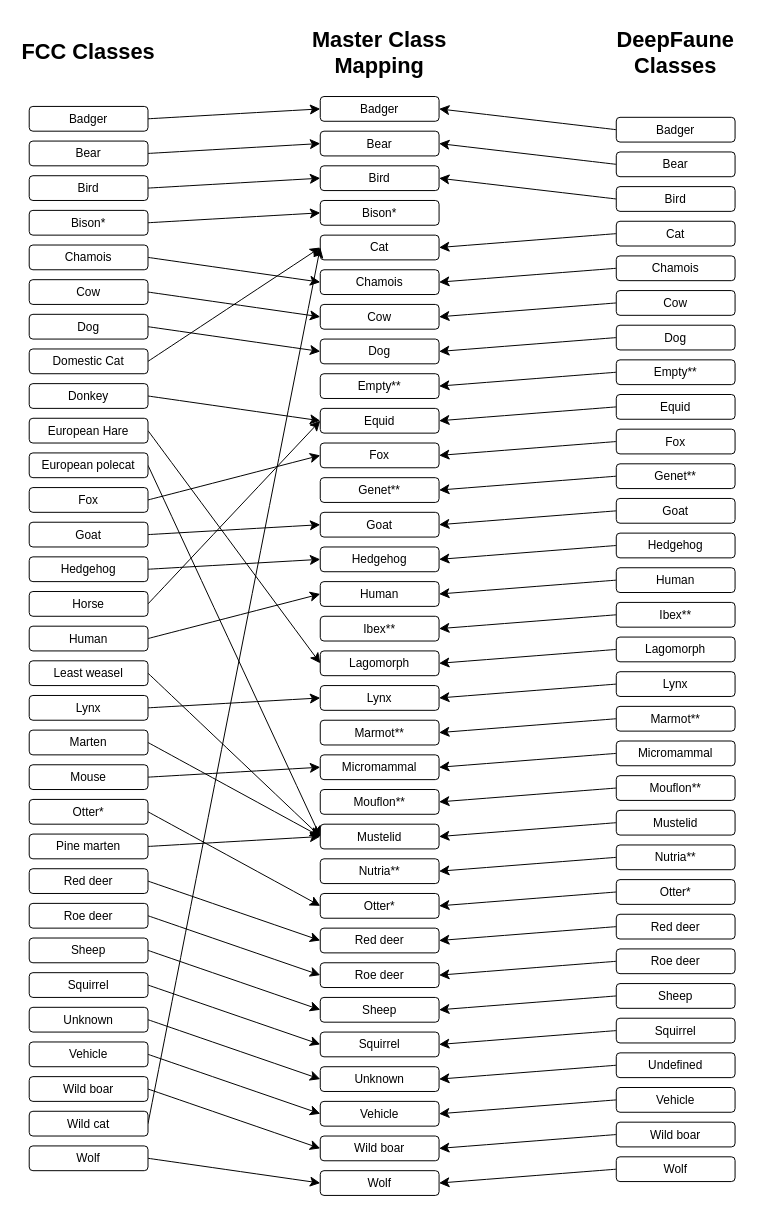
Earlier version of the draw.io diagram assets/class_match.drawio (ratsakatika/camera-traps). Source tidied: cells renumbered, new cells numbered last; positions are measured from the earlier drawing's top-left corner, leaving out a move shared by most shapes. Both pictures are drawn from the tidied source at 99%, with x=0, y=0 at pixel (17, 17).
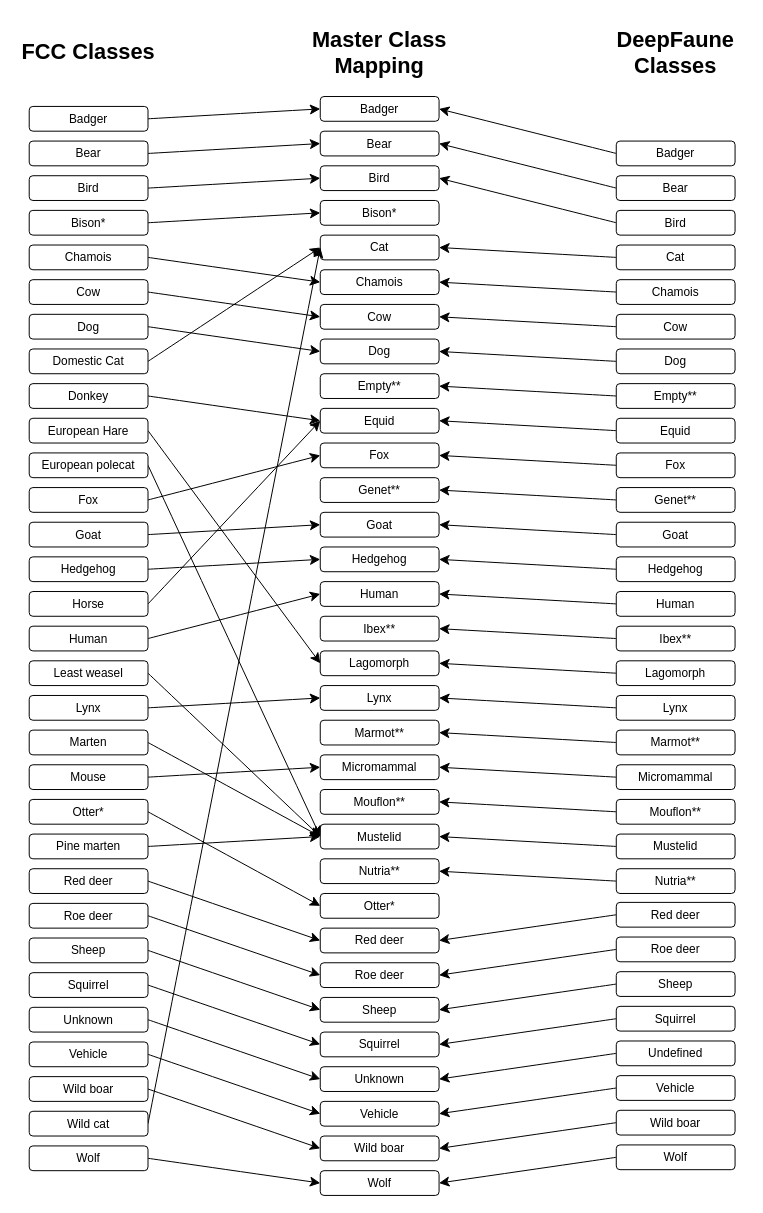
Above is the later version.

Unchanged cells that the change refers to:
```xml
<mxCell id="24" value="Otter*" style="rounded=1;whiteSpace=wrap;html=1;" parent="1" vertex="1">
  <mxGeometry x="306" y="885" width="120" height="25" as="geometry" />
</mxCell>
```

Change to the diagram source:
```diff
@@
     <mxCell id="92" value="Badger" style="rounded=1;whiteSpace=wrap;html=1;" parent="1" vertex="1">
-      <mxGeometry x="605" y="101" width="120" height="25" as="geometry" />
+      <mxGeometry x="605" y="125" width="120" height="25" as="geometry" />
     </mxCell>
@@
     <mxCell id="94" value="Bear" style="rounded=1;whiteSpace=wrap;html=1;" parent="1" vertex="1">
-      <mxGeometry x="605" y="136" width="120" height="25" as="geometry" />
+      <mxGeometry x="605" y="160" width="120" height="25" as="geometry" />
     </mxCell>
@@
     <mxCell id="96" value="Cat" style="rounded=1;whiteSpace=wrap;html=1;" parent="1" vertex="1">
-      <mxGeometry x="605" y="206" width="120" height="25" as="geometry" />
+      <mxGeometry x="605" y="230" width="120" height="25" as="geometry" />
     </mxCell>
@@
     <mxCell id="98" value="Chamois" style="rounded=1;whiteSpace=wrap;html=1;" parent="1" vertex="1">
-      <mxGeometry x="605" y="241" width="120" height="25" as="geometry" />
+      <mxGeometry x="605" y="265" width="120" height="25" as="geometry" />
     </mxCell>
@@
     <mxCell id="100" value="Cow" style="rounded=1;whiteSpace=wrap;html=1;" parent="1" vertex="1">
-      <mxGeometry x="605" y="276" width="120" height="25" as="geometry" />
+      <mxGeometry x="605" y="300" width="120" height="25" as="geometry" />
     </mxCell>
@@
     <mxCell id="102" value="Dog" style="rounded=1;whiteSpace=wrap;html=1;" parent="1" vertex="1">
-      <mxGeometry x="605" y="311" width="120" height="25" as="geometry" />
+      <mxGeometry x="605" y="335" width="120" height="25" as="geometry" />
     </mxCell>
@@
     <mxCell id="104" value="Empty**" style="rounded=1;whiteSpace=wrap;html=1;" parent="1" vertex="1">
-      <mxGeometry x="605" y="346" width="120" height="25" as="geometry" />
+      <mxGeometry x="605" y="370" width="120" height="25" as="geometry" />
     </mxCell>
@@
     <mxCell id="106" value="Equid" style="rounded=1;whiteSpace=wrap;html=1;" parent="1" vertex="1">
-      <mxGeometry x="605" y="381" width="120" height="25" as="geometry" />
+      <mxGeometry x="605" y="405" width="120" height="25" as="geometry" />
     </mxCell>
@@
     <mxCell id="108" value="Fox" style="rounded=1;whiteSpace=wrap;html=1;" parent="1" vertex="1">
-      <mxGeometry x="605" y="416" width="120" height="25" as="geometry" />
+      <mxGeometry x="605" y="440" width="120" height="25" as="geometry" />
     </mxCell>
@@
     <mxCell id="110" value="Genet**" style="rounded=1;whiteSpace=wrap;html=1;" parent="1" vertex="1">
-      <mxGeometry x="605" y="451" width="120" height="25" as="geometry" />
+      <mxGeometry x="605" y="475" width="120" height="25" as="geometry" />
     </mxCell>
@@
     <mxCell id="112" value="Goat" style="rounded=1;whiteSpace=wrap;html=1;" parent="1" vertex="1">
-      <mxGeometry x="605" y="486" width="120" height="25" as="geometry" />
+      <mxGeometry x="605" y="510" width="120" height="25" as="geometry" />
     </mxCell>
@@
     <mxCell id="114" value="Hedgehog" style="rounded=1;whiteSpace=wrap;html=1;" parent="1" vertex="1">
-      <mxGeometry x="605" y="521" width="120" height="25" as="geometry" />
+      <mxGeometry x="605" y="545" width="120" height="25" as="geometry" />
     </mxCell>
@@
     <mxCell id="116" value="Human" style="rounded=1;whiteSpace=wrap;html=1;" parent="1" vertex="1">
-      <mxGeometry x="605" y="556" width="120" height="25" as="geometry" />
+      <mxGeometry x="605" y="580" width="120" height="25" as="geometry" />
     </mxCell>
@@
     <mxCell id="118" value="Ibex**" style="rounded=1;whiteSpace=wrap;html=1;" parent="1" vertex="1">
-      <mxGeometry x="605" y="591" width="120" height="25" as="geometry" />
+      <mxGeometry x="605" y="615" width="120" height="25" as="geometry" />
     </mxCell>
@@
     <mxCell id="120" value="Lagomorph" style="rounded=1;whiteSpace=wrap;html=1;" parent="1" vertex="1">
-      <mxGeometry x="605" y="626" width="120" height="25" as="geometry" />
+      <mxGeometry x="605" y="650" width="120" height="25" as="geometry" />
     </mxCell>
@@
     <mxCell id="122" value="Lynx" style="rounded=1;whiteSpace=wrap;html=1;" parent="1" vertex="1">
-      <mxGeometry x="605" y="661" width="120" height="25" as="geometry" />
+      <mxGeometry x="605" y="685" width="120" height="25" as="geometry" />
     </mxCell>
@@
     <mxCell id="124" value="Marmot**" style="rounded=1;whiteSpace=wrap;html=1;" parent="1" vertex="1">
-      <mxGeometry x="605" y="696" width="120" height="25" as="geometry" />
+      <mxGeometry x="605" y="720" width="120" height="25" as="geometry" />
     </mxCell>
@@
     <mxCell id="126" value="Micromammal" style="rounded=1;whiteSpace=wrap;html=1;" parent="1" vertex="1">
-      <mxGeometry x="605" y="731" width="120" height="25" as="geometry" />
+      <mxGeometry x="605" y="755" width="120" height="25" as="geometry" />
     </mxCell>
@@
     <mxCell id="128" value="Mouflon**" style="rounded=1;whiteSpace=wrap;html=1;" parent="1" vertex="1">
-      <mxGeometry x="605" y="766" width="120" height="25" as="geometry" />
+      <mxGeometry x="605" y="790" width="120" height="25" as="geometry" />
     </mxCell>
@@
     <mxCell id="130" value="Mustelid" style="rounded=1;whiteSpace=wrap;html=1;" parent="1" vertex="1">
-      <mxGeometry x="605" y="801" width="120" height="25" as="geometry" />
+      <mxGeometry x="605" y="825" width="120" height="25" as="geometry" />
     </mxCell>
@@
     <mxCell id="132" value="Nutria**" style="rounded=1;whiteSpace=wrap;html=1;" parent="1" vertex="1">
-      <mxGeometry x="605" y="836" width="120" height="25" as="geometry" />
+      <mxGeometry x="605" y="860" width="120" height="25" as="geometry" />
     </mxCell>
-    <mxCell id="133" style="edgeStyle=none;curved=1;rounded=0;jettySize=auto;html=1;exitX=0;exitY=0.5;exitDx=0;exitDy=0;entryX=1;entryY=0.5;entryDx=0;entryDy=0;fontSize=12;startSize=8;endSize=8;" parent="1" edge="1" source="134" target="24">
-      <mxGeometry relative="1" as="geometry" />
-    </mxCell>
-    <mxCell id="134" value="Otter*" style="rounded=1;whiteSpace=wrap;html=1;" parent="1" vertex="1">
-      <mxGeometry x="605" y="871" width="120" height="25" as="geometry" />
-    </mxCell>
@@
     <mxCell id="136" value="Red deer" style="rounded=1;whiteSpace=wrap;html=1;" parent="1" vertex="1">
-      <mxGeometry x="605" y="906" width="120" height="25" as="geometry" />
+      <mxGeometry x="605" y="894" width="120" height="25" as="geometry" />
     </mxCell>
@@
     <mxCell id="138" value="Roe deer" style="rounded=1;whiteSpace=wrap;html=1;" parent="1" vertex="1">
-      <mxGeometry x="605" y="941" width="120" height="25" as="geometry" />
+      <mxGeometry x="605" y="929" width="120" height="25" as="geometry" />
     </mxCell>
@@
     <mxCell id="140" value="Sheep" style="rounded=1;whiteSpace=wrap;html=1;" parent="1" vertex="1">
-      <mxGeometry x="605" y="976" width="120" height="25" as="geometry" />
+      <mxGeometry x="605" y="964" width="120" height="25" as="geometry" />
     </mxCell>
@@
     <mxCell id="142" value="Squirrel" style="rounded=1;whiteSpace=wrap;html=1;" parent="1" vertex="1">
-      <mxGeometry x="605" y="1011" width="120" height="25" as="geometry" />
+      <mxGeometry x="605" y="999" width="120" height="25" as="geometry" />
     </mxCell>
@@
     <mxCell id="144" value="Undefined" style="rounded=1;whiteSpace=wrap;html=1;" parent="1" vertex="1">
-      <mxGeometry x="605" y="1046" width="120" height="25" as="geometry" />
+      <mxGeometry x="605" y="1034" width="120" height="25" as="geometry" />
     </mxCell>
@@
     <mxCell id="146" value="Vehicle" style="rounded=1;whiteSpace=wrap;html=1;" parent="1" vertex="1">
-      <mxGeometry x="605" y="1081" width="120" height="25" as="geometry" />
+      <mxGeometry x="605" y="1069" width="120" height="25" as="geometry" />
     </mxCell>
@@
     <mxCell id="148" value="Wild boar" style="rounded=1;whiteSpace=wrap;html=1;" parent="1" vertex="1">
-      <mxGeometry x="605" y="1116" width="120" height="25" as="geometry" />
+      <mxGeometry x="605" y="1104" width="120" height="25" as="geometry" />
     </mxCell>
@@
     <mxCell id="150" value="Wolf" style="rounded=1;whiteSpace=wrap;html=1;" parent="1" vertex="1">
-      <mxGeometry x="605" y="1151" width="120" height="25" as="geometry" />
+      <mxGeometry x="605" y="1139" width="120" height="25" as="geometry" />
     </mxCell>
@@
     <mxCell id="158" value="Bird" style="rounded=1;whiteSpace=wrap;html=1;" parent="1" vertex="1">
-      <mxGeometry x="605" y="171" width="120" height="25" as="geometry" />
+      <mxGeometry x="605" y="195" width="120" height="25" as="geometry" />
     </mxCell>
```
